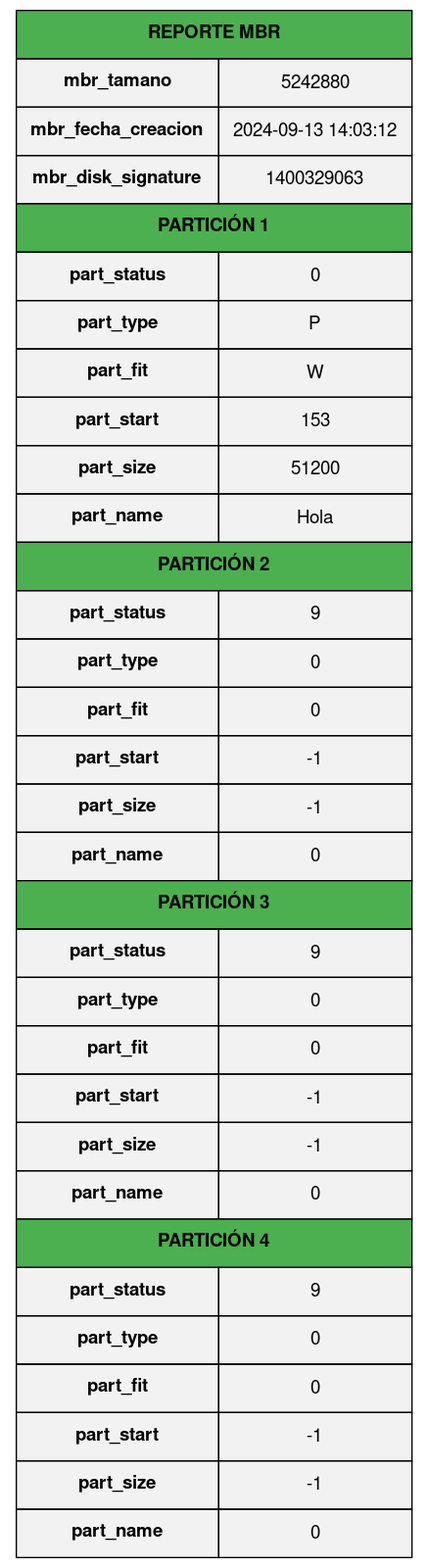
Above: r_outputs/mbr_report.png in JoseLorenzana272/Disk-Creator-Simulation (Graphviz), before the change. Its source is kept beside it as r_outputs/mbr_report.dot.
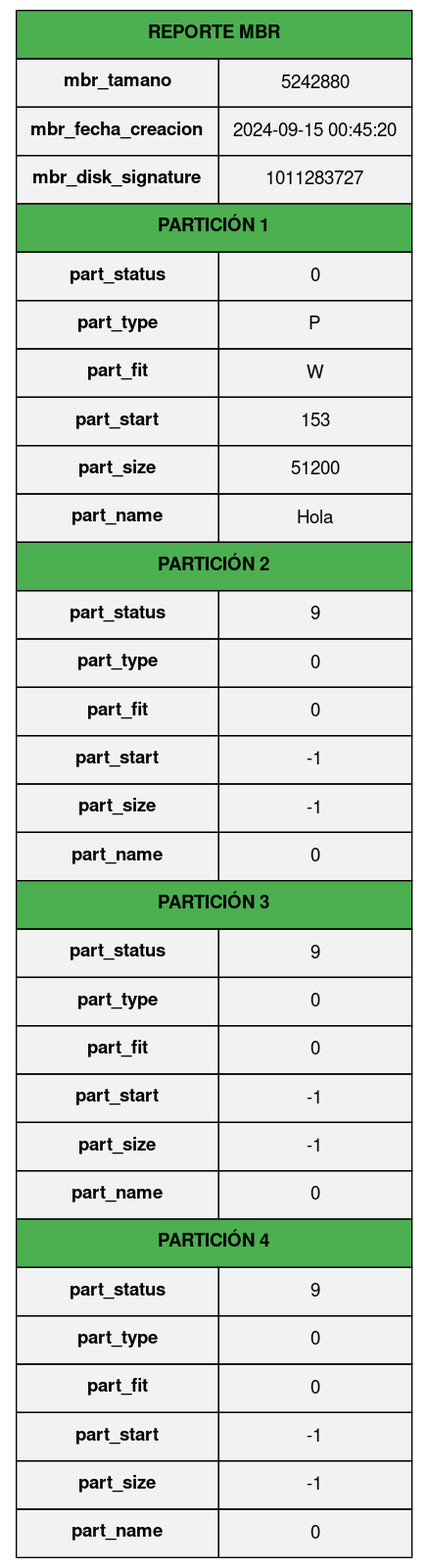
The same file after the commit.

Change to the diagram source:
```diff
@@ -4,8 +4,8 @@
             <table border="0" cellborder="1" cellspacing="0" cellpadding="10" bgcolor="#f2f2f2">
                 <tr><td colspan="2" bgcolor="#4CAF50" align="center"><b>REPORTE MBR</b></td></tr>
                 <tr bgcolor="#dddddd"><td><b>mbr_tamano</b></td><td>5242880</td></tr>
-                <tr><td><b>mbr_fecha_creacion</b></td><td>2024-09-13 14:03:12</td></tr>
-                <tr bgcolor="#dddddd"><td><b>mbr_disk_signature</b></td><td>1400329063</td></tr>
+                <tr><td><b>mbr_fecha_creacion</b></td><td>2024-09-15 00:45:20</td></tr>
+                <tr bgcolor="#dddddd"><td><b>mbr_disk_signature</b></td><td>1011283727</td></tr>
 
 				<tr><td colspan="2" bgcolor="#4CAF50" align="center"><b>PARTICIÓN 1</b></td></tr>
 				<tr bgcolor="#eeeeee"><td><b>part_status</b></td><td>0</td></tr>
```
